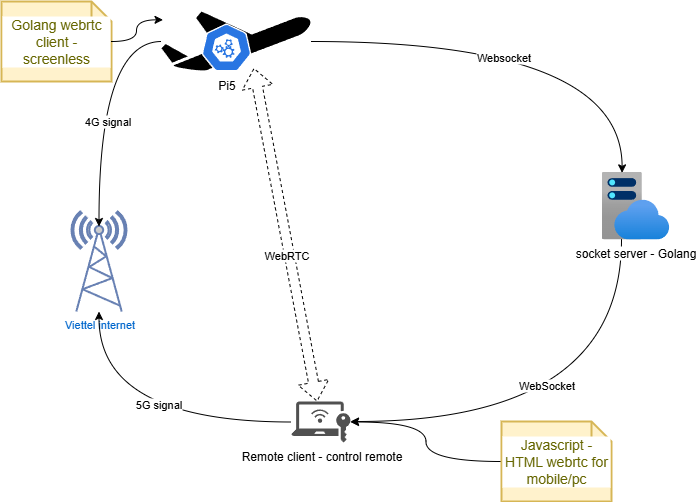
Earlier version of the draw.io export docs/infrastructure.png (uav-project-com/go-webrtc-signal-server). Source tidied: cells renumbered, new cells last; positions are measured from the earlier drawing's top-left corner, leaving out a move shared by most shapes. Its diagram source:
```xml
<mxGraphModel>
  <root>
    <mxCell id="0" />
    <mxCell id="1" parent="0" />
    <mxCell id="2" style="group;" parent="1" vertex="1">
      <mxGeometry x="160" y="10" width="150" height="60" as="geometry" />
    </mxCell>
    <mxCell id="3" style="shape=mxgraph.signs.transportation.airplane_1;html=1;fillColor=#000000;strokeColor=none;verticalLabelPosition=bottom;verticalAlign=top;align=center;" parent="2" vertex="1">
      <mxGeometry width="150" height="60" as="geometry" />
    </mxCell>
    <mxCell id="4" value="Pi5" style="sketch=0;html=1;dashed=0;whitespace=wrap;verticalLabelPosition=bottom;verticalAlign=top;fillColor=#2875E2;strokeColor=#ffffff;shape=mxgraph.kubernetes.icon2;prIcon=control_plane;" parent="2" vertex="1">
      <mxGeometry x="40" y="12" width="50" height="48" as="geometry" />
    </mxCell>
    <mxCell id="5" style="edgeStyle=orthogonalEdgeStyle;rounded=0;jettySize=auto;html=1;curved=1;" parent="1" edge="1" source="7" target="8">
      <mxGeometry relative="1" as="geometry">
        <Array as="points">
          <mxPoint x="620" y="420" />
        </Array>
      </mxGeometry>
    </mxCell>
    <mxCell id="6" value="WebSocket" style="edgeLabel;html=1;align=center;verticalAlign=middle;fontFamily=Helvetica;fontSize=11;fontColor=default;labelBackgroundColor=default;" parent="5" vertex="1">
      <mxGeometry x="0.14" y="-37" relative="1" as="geometry" />
    </mxCell>
    <mxCell id="7" value="socket server - Golang" style="image;html=1;points=[];align=center;fontSize=12;image=img/lib/azure2/app_services/App_Service_Plans.svg;" parent="1" vertex="1">
      <mxGeometry x="600" y="170" width="68" height="68" as="geometry" />
    </mxCell>
    <mxCell id="8" value="Remote client - control remote" style="sketch=0;shadow=0;dashed=0;html=1;strokeColor=none;fillColor=#505050;labelPosition=center;verticalLabelPosition=bottom;verticalAlign=top;outlineConnect=0;align=center;shape=mxgraph.office.concepts.remote_access;" parent="1" vertex="1">
      <mxGeometry x="290" y="400" width="59" height="41" as="geometry" />
    </mxCell>
    <mxCell id="9" style="edgeStyle=orthogonalEdgeStyle;shape=connector;curved=1;rounded=0;jettySize=auto;html=1;entryX=0.303;entryY=0.02;entryDx=0;entryDy=0;entryPerimeter=0;strokeColor=default;align=center;verticalAlign=middle;fontFamily=Helvetica;fontSize=11;fontColor=default;labelBackgroundColor=default;endArrow=classic;" parent="1" edge="1" source="3" target="7">
      <mxGeometry relative="1" as="geometry" />
    </mxCell>
    <mxCell id="10" value="Websocket" style="edgeLabel;html=1;align=center;verticalAlign=middle;fontFamily=Helvetica;fontSize=11;fontColor=default;labelBackgroundColor=default;" parent="9" vertex="1">
      <mxGeometry x="-0.13" y="-15" relative="1" as="geometry" />
    </mxCell>
    <mxCell id="11" style="shape=flexArrow;endArrow=classic;startArrow=classic;html=1;rounded=0;strokeColor=default;align=center;verticalAlign=middle;fontFamily=Helvetica;fontSize=11;fontColor=default;labelBackgroundColor=default;entryX=0.616;entryY=0.943;entryDx=0;entryDy=0;entryPerimeter=0;dashed=1;" parent="1" edge="1" source="8" target="3">
      <mxGeometry relative="1" as="geometry" />
    </mxCell>
    <mxCell id="12" value="WebRTC" style="edgeLabel;html=1;align=center;verticalAlign=middle;fontFamily=Helvetica;fontSize=11;fontColor=default;labelBackgroundColor=default;" parent="11" vertex="1">
      <mxGeometry x="-0.12" y="3" relative="1" as="geometry" />
    </mxCell>
    <mxCell id="13" value="Viettel internet" style="fontColor=#0066CC;verticalAlign=top;verticalLabelPosition=bottom;labelPosition=center;align=center;html=1;outlineConnect=0;fillColor=#CCCCCC;strokeColor=#6881B3;gradientColor=none;gradientDirection=north;strokeWidth=2;shape=mxgraph.networks.radio_tower;fontFamily=Helvetica;fontSize=11;labelBackgroundColor=default;" parent="1" vertex="1">
      <mxGeometry x="70" y="210" width="55" height="100" as="geometry" />
    </mxCell>
    <mxCell id="14" style="edgeStyle=orthogonalEdgeStyle;shape=connector;curved=1;rounded=0;jettySize=auto;html=1;entryX=0.5;entryY=0.15;entryDx=0;entryDy=0;entryPerimeter=0;strokeColor=default;align=center;verticalAlign=middle;fontFamily=Helvetica;fontSize=11;fontColor=default;labelBackgroundColor=default;endArrow=classic;" parent="1" edge="1" source="3" target="13">
      <mxGeometry relative="1" as="geometry" />
    </mxCell>
    <mxCell id="15" value="4G signal" style="edgeLabel;html=1;align=center;verticalAlign=middle;fontFamily=Helvetica;fontSize=11;fontColor=default;labelBackgroundColor=default;" parent="14" vertex="1">
      <mxGeometry x="0.14" y="8" relative="1" as="geometry" />
    </mxCell>
    <mxCell id="16" style="edgeStyle=orthogonalEdgeStyle;shape=connector;curved=1;rounded=0;jettySize=auto;html=1;strokeColor=default;align=center;verticalAlign=middle;fontFamily=Helvetica;fontSize=11;fontColor=default;labelBackgroundColor=default;endArrow=classic;" parent="1" edge="1" source="8" target="13">
      <mxGeometry relative="1" as="geometry" />
    </mxCell>
    <mxCell id="17" value="5G signal" style="edgeLabel;html=1;align=center;verticalAlign=middle;fontFamily=Helvetica;fontSize=11;fontColor=default;labelBackgroundColor=default;" parent="16" vertex="1">
      <mxGeometry x="-0.12" y="-18" relative="1" as="geometry" />
    </mxCell>
    <mxCell id="18" value="Golang webrtc client - screenless" style="shape=note;strokeWidth=2;fontSize=14;size=20;whiteSpace=wrap;html=1;fillColor=#fff2cc;strokeColor=#d6b656;fontColor=#666600;fontFamily=Helvetica;labelBackgroundColor=default;" parent="1" vertex="1">
      <mxGeometry width="110" height="80" as="geometry" />
    </mxCell>
    <mxCell id="19" style="edgeStyle=orthogonalEdgeStyle;shape=connector;curved=1;rounded=0;jettySize=auto;html=1;entryX=0.01;entryY=0.139;entryDx=0;entryDy=0;entryPerimeter=0;strokeColor=default;align=center;verticalAlign=middle;fontFamily=Helvetica;fontSize=11;fontColor=default;labelBackgroundColor=default;endArrow=classic;" parent="1" edge="1" source="18" target="3">
      <mxGeometry relative="1" as="geometry" />
    </mxCell>
    <mxCell id="20" style="edgeStyle=orthogonalEdgeStyle;shape=connector;curved=1;rounded=0;jettySize=auto;html=1;strokeColor=default;align=center;verticalAlign=middle;fontFamily=Helvetica;fontSize=11;fontColor=default;labelBackgroundColor=default;endArrow=classic;" parent="1" edge="1" source="21" target="8">
      <mxGeometry relative="1" as="geometry" />
    </mxCell>
    <mxCell id="21" value="Javascript - HTML webrtc for mobile/pc" style="shape=note;strokeWidth=2;fontSize=14;size=20;whiteSpace=wrap;html=1;fillColor=#fff2cc;strokeColor=#d6b656;fontColor=#666600;fontFamily=Helvetica;labelBackgroundColor=default;" parent="1" vertex="1">
      <mxGeometry x="500" y="420" width="110" height="80" as="geometry" />
    </mxCell>
  </root>
</mxGraphModel>
```
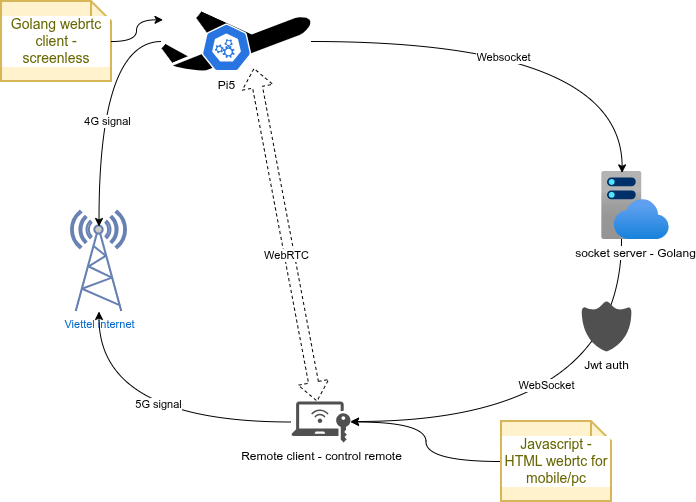
The same file after the commit.

Diff of the diagram source:
```diff
@@ -66,5 +66,8 @@
     <mxCell id="21" value="Javascript - HTML webrtc for mobile/pc" style="shape=note;strokeWidth=2;fontSize=14;size=20;whiteSpace=wrap;html=1;fillColor=#fff2cc;strokeColor=#d6b656;fontColor=#666600;fontFamily=Helvetica;labelBackgroundColor=default;" parent="1" vertex="1">
       <mxGeometry x="500" y="420" width="110" height="80" as="geometry" />
     </mxCell>
+    <mxCell id="22" value="Jwt auth" style="sketch=0;shadow=0;dashed=0;html=1;strokeColor=none;labelPosition=center;verticalLabelPosition=bottom;verticalAlign=top;align=center;fillColor=#505050;shape=mxgraph.mscae.oms.security;" parent="1" vertex="1">
+      <mxGeometry x="580" y="300" width="50" height="50" as="geometry" />
+    </mxCell>
   </root>
 </mxGraphModel>
```
